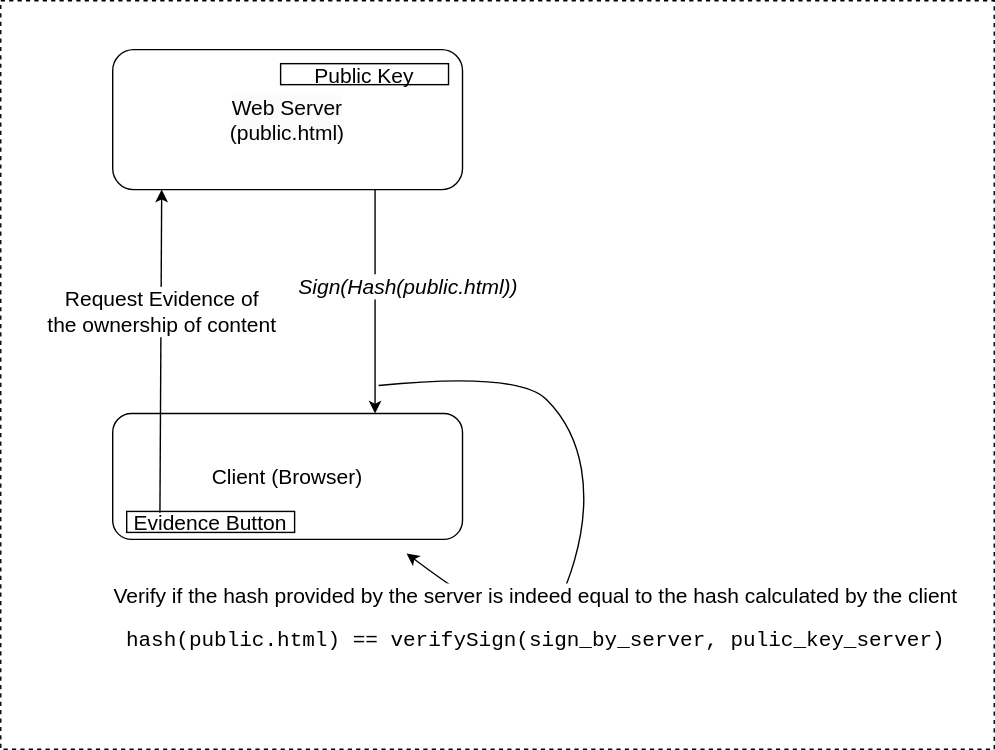
Above: flow.svg in Digitraws/Digital-Transformation-stack-for-evidence-generation (draw.io), before the change. Source tidied: cells renumbered, new cells last; positions are measured from the earlier drawing's top-left corner, leaving out a move shared by most shapes.
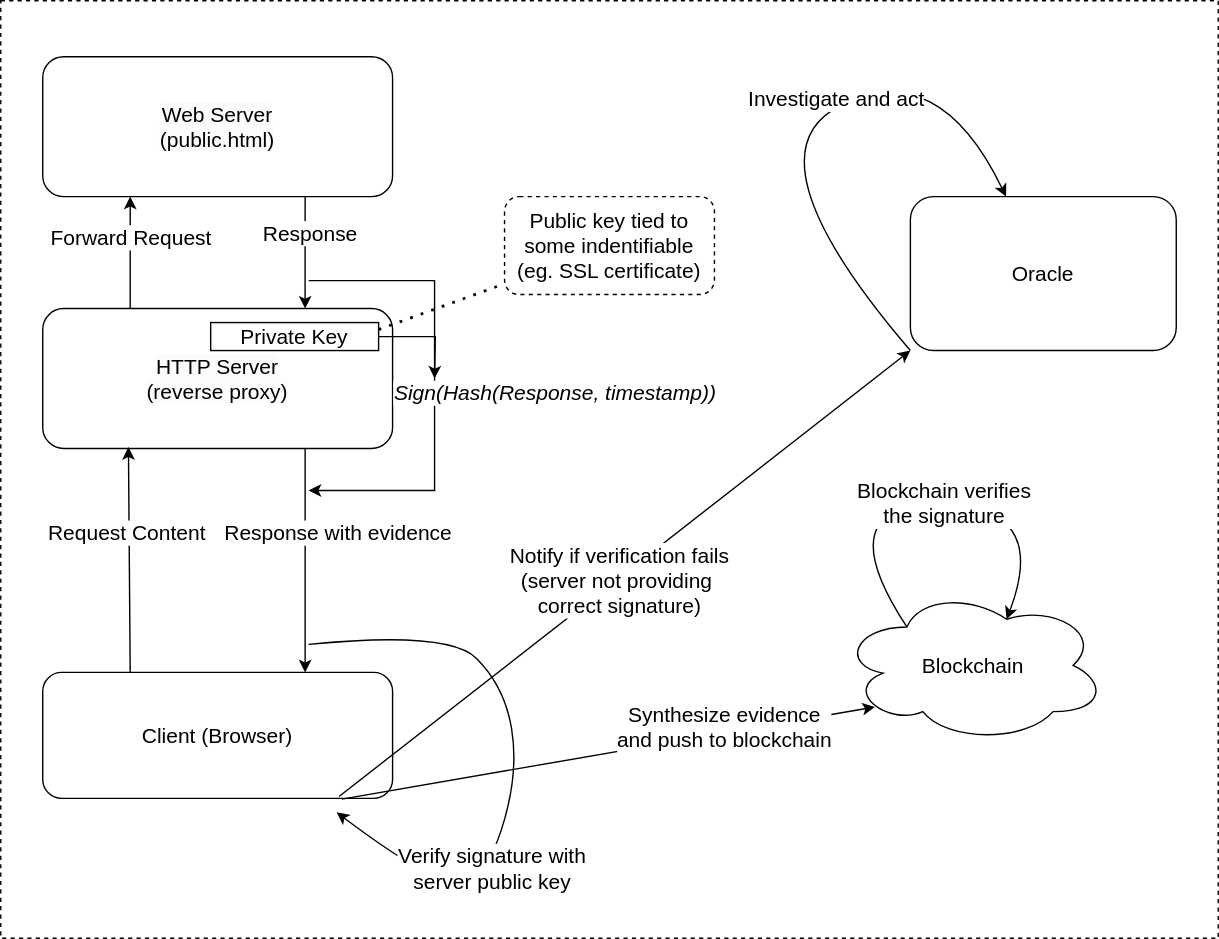
After the commit.

What changed in the source:
```diff
@@ -2,33 +2,40 @@
   <root>
     <mxCell id="0" />
     <mxCell id="1" parent="0" />
-    <mxCell id="2" style="rounded=0;whiteSpace=wrap;html=1;dashed=1;" parent="1" vertex="1">
-      <mxGeometry width="710" height="535" as="geometry" />
+    <mxCell id="2" style="rounded=0;whiteSpace=wrap;html=1;dashed=1;fontFamily=Helvetica;fontSize=15;verticalAlign=middle;" parent="1" vertex="1">
+      <mxGeometry x="50" y="-185" width="870" height="670" as="geometry" />
     </mxCell>
+    <mxCell id="13" style="edgeStyle=orthogonalEdgeStyle;rounded=0;jettySize=auto;html=1;exitX=0.25;exitY=0;exitDx=0;exitDy=0;entryX=0.25;entryY=1;entryDx=0;entryDy=0;fontFamily=Helvetica;fontSize=15;verticalAlign=middle;" parent="1" edge="1" source="3" target="19">
+      <mxGeometry relative="1" as="geometry" />
+    </mxCell>
+    <mxCell id="14" value="Forward Request" style="edgeLabel;html=1;align=center;verticalAlign=middle;fontFamily=Helvetica;fontSize=15;" parent="13" vertex="1">
+      <mxGeometry x="0.3" relative="1" as="geometry" />
+    </mxCell>
-    <mxCell id="3" value="&lt;span style=&quot;color: rgb(0, 0, 0); font-family: Helvetica; font-size: 15px; font-style: normal; font-variant-ligatures: normal; font-variant-caps: normal; font-weight: 400; letter-spacing: normal; orphans: 2; text-align: center; text-indent: 0px; text-transform: none; widows: 2; word-spacing: 0px; -webkit-text-stroke-width: 0px; background-color: rgb(251, 251, 251); text-decoration-thickness: initial; text-decoration-style: initial; text-decoration-color: initial; float: none; display: inline !important;&quot;&gt;Web Server&lt;/span&gt;&lt;br style=&quot;border-color: var(--border-color); color: rgb(0, 0, 0); font-family: Helvetica; font-size: 15px; font-style: normal; font-variant-ligatures: normal; font-variant-caps: normal; font-weight: 400; letter-spacing: normal; orphans: 2; text-align: center; text-indent: 0px; text-transform: none; widows: 2; word-spacing: 0px; -webkit-text-stroke-width: 0px; background-color: rgb(251, 251, 251); text-decoration-thickness: initial; text-decoration-style: initial; text-decoration-color: initial;&quot;&gt;&lt;span style=&quot;color: rgb(0, 0, 0); font-family: Helvetica; font-size: 15px; font-style: normal; font-variant-ligatures: normal; font-variant-caps: normal; font-weight: 400; letter-spacing: normal; orphans: 2; text-align: center; text-indent: 0px; text-transform: none; widows: 2; word-spacing: 0px; -webkit-text-stroke-width: 0px; background-color: rgb(251, 251, 251); text-decoration-thickness: initial; text-decoration-style: initial; text-decoration-color: initial; float: none; display: inline !important;&quot;&gt;(public.html)&lt;/span&gt;" style="rounded=1;whiteSpace=wrap;html=1;fontSize=15;" parent="1" vertex="1">
+    <mxCell id="3" value="&lt;span style=&quot;color: rgb(0, 0, 0); font-size: 15px; font-style: normal; font-variant-ligatures: normal; font-variant-caps: normal; font-weight: 400; letter-spacing: normal; orphans: 2; text-align: center; text-indent: 0px; text-transform: none; widows: 2; word-spacing: 0px; -webkit-text-stroke-width: 0px; background-color: rgb(251, 251, 251); text-decoration-thickness: initial; text-decoration-style: initial; text-decoration-color: initial; float: none; display: inline !important;&quot;&gt;HTTP Server&lt;/span&gt;&lt;br style=&quot;border-color: var(--border-color); color: rgb(0, 0, 0); font-size: 15px; font-style: normal; font-variant-ligatures: normal; font-variant-caps: normal; font-weight: 400; letter-spacing: normal; orphans: 2; text-align: center; text-indent: 0px; text-transform: none; widows: 2; word-spacing: 0px; -webkit-text-stroke-width: 0px; background-color: rgb(251, 251, 251); text-decoration-thickness: initial; text-decoration-style: initial; text-decoration-color: initial;&quot;&gt;&lt;span style=&quot;color: rgb(0, 0, 0); font-size: 15px; font-style: normal; font-variant-ligatures: normal; font-variant-caps: normal; font-weight: 400; letter-spacing: normal; orphans: 2; text-align: center; text-indent: 0px; text-transform: none; widows: 2; word-spacing: 0px; -webkit-text-stroke-width: 0px; background-color: rgb(251, 251, 251); text-decoration-thickness: initial; text-decoration-style: initial; text-decoration-color: initial; float: none; display: inline !important;&quot;&gt;(reverse proxy)&lt;/span&gt;" style="rounded=1;whiteSpace=wrap;html=1;fontSize=15;fontFamily=Helvetica;verticalAlign=middle;" parent="1" vertex="1">
       <mxGeometry x="80" y="35" width="250" height="100" as="geometry" />
     </mxCell>
-    <mxCell id="4" value="Client (Browser)&lt;br style=&quot;font-size: 15px;&quot;&gt;" style="rounded=1;whiteSpace=wrap;html=1;fontSize=15;" parent="1" vertex="1">
+    <mxCell id="4" value="Client (Browser)&lt;br style=&quot;font-size: 15px;&quot;&gt;" style="rounded=1;whiteSpace=wrap;html=1;fontSize=15;fontFamily=Helvetica;verticalAlign=middle;" parent="1" vertex="1">
       <mxGeometry x="80" y="295" width="250" height="90" as="geometry" />
     </mxCell>
-    <mxCell id="5" value="Evidence Button" style="rounded=0;whiteSpace=wrap;html=1;points=[[0,0,0,0,0],[0,0.25,0,0,0],[0,0.5,0,0,0],[0,0.75,0,0,0],[0,1,0,0,0],[0.25,0,0,0,0],[0.25,1,0,0,0],[0.5,0,0,0,0],[0.5,1,0,0,0],[0.75,0,0,0,0],[0.75,1,0,0,0],[1,0,0,0,0],[1,0.25,0,0,0],[1,0.5,0,0,0],[1,0.75,0,0,0],[1,1,0,0,0]];fontSize=15;" parent="1" vertex="1">
-      <mxGeometry x="90" y="365" width="120" height="15" as="geometry" />
-    </mxCell>
-    <mxCell id="6" style="endArrow=classic;html=1;rounded=0;exitX=0.198;exitY=0.067;exitDx=0;exitDy=0;exitPerimeter=0;fontSize=15;entryX=0.14;entryY=1;entryDx=0;entryDy=0;entryPerimeter=0;" parent="1" edge="1" source="5" target="3">
-      <mxGeometry relative="1" as="geometry" />
+    <mxCell id="6" style="endArrow=classic;html=1;rounded=0;fontSize=15;entryX=0.14;entryY=1;entryDx=0;entryDy=0;entryPerimeter=0;exitX=0.25;exitY=0;exitDx=0;exitDy=0;fontFamily=Helvetica;verticalAlign=middle;" parent="1" edge="1" source="4">
+      <mxGeometry relative="1" as="geometry">
+        <mxPoint x="141.2" y="134" as="targetPoint" />
+      </mxGeometry>
     </mxCell>
-    <mxCell id="7" value="Request Evidence of&lt;br style=&quot;font-size: 15px;&quot;&gt;the ownership of content" style="edgeLabel;html=1;align=center;verticalAlign=middle;fontSize=15;" parent="6" vertex="1">
-      <mxGeometry x="0.25" relative="1" as="geometry" />
+    <mxCell id="7" value="Request Content" style="edgeLabel;html=1;align=center;verticalAlign=middle;fontSize=15;fontFamily=Helvetica;" parent="6" vertex="1">
+      <mxGeometry x="0.25" relative="1" as="geometry">
+        <mxPoint x="-2" y="1" as="offset" />
+      </mxGeometry>
     </mxCell>
-    <mxCell id="8" style="endArrow=classic;html=1;rounded=0;exitX=0.75;exitY=1;exitDx=0;exitDy=0;entryX=0.75;entryY=0;entryDx=0;entryDy=0;fontSize=15;" parent="1" edge="1" source="3" target="4">
+    <mxCell id="8" style="endArrow=classic;html=1;rounded=0;exitX=0.75;exitY=1;exitDx=0;exitDy=0;entryX=0.75;entryY=0;entryDx=0;entryDy=0;fontSize=15;fontFamily=Helvetica;verticalAlign=middle;" parent="1" edge="1" source="3" target="4">
       <mxGeometry relative="1" as="geometry" />
     </mxCell>
-    <mxCell id="9" value="&lt;font style=&quot;font-size: 15px;&quot;&gt;&lt;i&gt;Sign(Hash(public.html))&lt;/i&gt;&lt;/font&gt;" style="edgeLabel;html=1;align=center;verticalAlign=middle;fontSize=15;" parent="8" vertex="1">
-      <mxGeometry x="-0.15" y="1" relative="1" as="geometry">
-        <mxPoint x="22" as="offset" />
-      </mxGeometry>
-    </mxCell>
+    <mxCell id="15" value="Response with evidence" style="edgeLabel;html=1;align=center;verticalAlign=middle;fontFamily=Helvetica;fontSize=15;" parent="8" vertex="1">
+      <mxGeometry x="-0.2" y="5" relative="1" as="geometry">
+        <mxPoint x="18" y="-4" as="offset" />
+      </mxGeometry>
+    </mxCell>
-    <mxCell id="10" style="curved=1;endArrow=classic;html=1;rounded=0;" parent="1" edge="1">
+    <mxCell id="10" style="curved=1;endArrow=classic;html=1;rounded=0;fontFamily=Helvetica;fontSize=15;verticalAlign=middle;" parent="1" edge="1">
       <mxGeometry relative="1" as="geometry">
         <mxPoint x="270" y="275" as="sourcePoint" />
         <mxPoint x="290" y="395" as="targetPoint" />
@@ -41,11 +48,99 @@
         </Array>
       </mxGeometry>
     </mxCell>
-    <mxCell id="11" value="&lt;font style=&quot;font-size: 15px;&quot;&gt;Verify if the hash provided by the server is indeed equal to&amp;nbsp;the hash calculated by the client&lt;br&gt;&lt;/font&gt;&lt;pre style=&quot;font-size: 15px;&quot;&gt;&lt;font style=&quot;font-size: 15px;&quot;&gt;hash(public.html) == verifySign(sign_by_server, pulic_key_server)&lt;/font&gt;&lt;/pre&gt;" style="edgeLabel;html=1;align=center;verticalAlign=middle;" parent="10" vertex="1">
-      <mxGeometry x="0.47" y="1" relative="1" as="geometry" />
+    <mxCell id="11" value="&lt;font style=&quot;font-size: 15px;&quot;&gt;Verify signature with&lt;br style=&quot;font-size: 15px;&quot;&gt;&amp;nbsp;server public key&amp;nbsp;&lt;br style=&quot;font-size: 15px;&quot;&gt;&lt;/font&gt;" style="edgeLabel;html=1;align=center;verticalAlign=middle;fontFamily=Helvetica;fontSize=15;" parent="10" vertex="1">
+      <mxGeometry x="0.47" y="1" relative="1" as="geometry">
+        <mxPoint x="19" y="-14" as="offset" />
+      </mxGeometry>
     </mxCell>
+    <mxCell id="16" style="edgeStyle=orthogonalEdgeStyle;rounded=0;jettySize=auto;html=1;fontSize=15;" parent="1" edge="1" source="12">
+      <mxGeometry relative="1" as="geometry">
+        <mxPoint x="360" y="85" as="targetPoint" />
+      </mxGeometry>
+    </mxCell>
-    <mxCell id="12" value="Public Key" style="rounded=0;whiteSpace=wrap;html=1;points=[[0,0,0,0,0],[0,0.25,0,0,0],[0,0.5,0,0,0],[0,0.75,0,0,0],[0,1,0,0,0],[0.25,0,0,0,0],[0.25,1,0,0,0],[0.5,0,0,0,0],[0.5,1,0,0,0],[0.75,0,0,0,0],[0.75,1,0,0,0],[1,0,0,0,0],[1,0.25,0,0,0],[1,0.5,0,0,0],[1,0.75,0,0,0],[1,1,0,0,0]];fontSize=15;" parent="1" vertex="1">
-      <mxGeometry x="200" y="45" width="120" height="15" as="geometry" />
+    <mxCell id="12" value="Private&amp;nbsp;Key" style="rounded=0;whiteSpace=wrap;html=1;points=[[0,0,0,0,0],[0,0.25,0,0,0],[0,0.5,0,0,0],[0,0.75,0,0,0],[0,1,0,0,0],[0.25,0,0,0,0],[0.25,1,0,0,0],[0.5,0,0,0,0],[0.5,1,0,0,0],[0.75,0,0,0,0],[0.75,1,0,0,0],[1,0,0,0,0],[1,0.25,0,0,0],[1,0.5,0,0,0],[1,0.75,0,0,0],[1,1,0,0,0]];fontSize=15;fontFamily=Helvetica;verticalAlign=middle;" parent="1" vertex="1">
+      <mxGeometry x="200" y="45" width="120" height="20" as="geometry" />
     </mxCell>
+    <mxCell id="17" style="edgeStyle=orthogonalEdgeStyle;rounded=0;jettySize=auto;html=1;exitX=0.75;exitY=1;exitDx=0;exitDy=0;entryX=0.75;entryY=0;entryDx=0;entryDy=0;fontFamily=Helvetica;fontSize=15;verticalAlign=middle;" parent="1" edge="1" source="19" target="3">
+      <mxGeometry relative="1" as="geometry">
+        <Array as="points">
+          <mxPoint x="268" y="15" />
+          <mxPoint x="268" y="15" />
+        </Array>
+      </mxGeometry>
+    </mxCell>
+    <mxCell id="18" value="Response" style="edgeLabel;html=1;align=center;verticalAlign=middle;fontFamily=Helvetica;fontSize=15;" parent="17" vertex="1">
+      <mxGeometry x="-0.35" y="3" relative="1" as="geometry" />
+    </mxCell>
+    <mxCell id="19" value="&lt;span style=&quot;color: rgb(0, 0, 0); font-size: 15px; font-style: normal; font-variant-ligatures: normal; font-variant-caps: normal; font-weight: 400; letter-spacing: normal; orphans: 2; text-align: center; text-indent: 0px; text-transform: none; widows: 2; word-spacing: 0px; -webkit-text-stroke-width: 0px; background-color: rgb(251, 251, 251); text-decoration-thickness: initial; text-decoration-style: initial; text-decoration-color: initial; float: none; display: inline !important;&quot;&gt;Web Server&lt;/span&gt;&lt;br style=&quot;border-color: var(--border-color); color: rgb(0, 0, 0); font-size: 15px; font-style: normal; font-variant-ligatures: normal; font-variant-caps: normal; font-weight: 400; letter-spacing: normal; orphans: 2; text-align: center; text-indent: 0px; text-transform: none; widows: 2; word-spacing: 0px; -webkit-text-stroke-width: 0px; background-color: rgb(251, 251, 251); text-decoration-thickness: initial; text-decoration-style: initial; text-decoration-color: initial;&quot;&gt;&lt;span style=&quot;color: rgb(0, 0, 0); font-size: 15px; font-style: normal; font-variant-ligatures: normal; font-variant-caps: normal; font-weight: 400; letter-spacing: normal; orphans: 2; text-align: center; text-indent: 0px; text-transform: none; widows: 2; word-spacing: 0px; -webkit-text-stroke-width: 0px; background-color: rgb(251, 251, 251); text-decoration-thickness: initial; text-decoration-style: initial; text-decoration-color: initial; float: none; display: inline !important;&quot;&gt;(public.html)&lt;/span&gt;" style="rounded=1;whiteSpace=wrap;html=1;fontSize=15;fontFamily=Helvetica;verticalAlign=middle;" parent="1" vertex="1">
+      <mxGeometry x="80" y="-145" width="250" height="100" as="geometry" />
+    </mxCell>
+    <mxCell id="20" style="endArrow=none;dashed=1;html=1;dashPattern=1 3;strokeWidth=2;rounded=0;exitX=1;exitY=0.25;exitDx=0;exitDy=0;exitPerimeter=0;fontFamily=Helvetica;fontSize=15;verticalAlign=middle;" parent="1" edge="1" source="12" target="21">
+      <mxGeometry relative="1" as="geometry" />
+    </mxCell>
+    <mxCell id="21" value="Public key tied to&lt;br style=&quot;border-color: var(--border-color); font-size: 15px;&quot;&gt;&lt;span style=&quot;font-size: 15px; background-color: rgb(255, 255, 255);&quot;&gt;some indentifiable&lt;/span&gt;&lt;br style=&quot;border-color: var(--border-color); font-size: 15px;&quot;&gt;(eg. SSL certificate)&lt;span style=&quot;font-size: 15px; background-color: rgb(255, 255, 255);&quot;&gt;&lt;br style=&quot;font-size: 15px;&quot;&gt;&lt;/span&gt;" style="rounded=1;whiteSpace=wrap;html=1;fontSize=15;dashed=1;fontFamily=Helvetica;verticalAlign=middle;" parent="1" vertex="1">
+      <mxGeometry x="410" y="-45" width="150" height="70" as="geometry" />
+    </mxCell>
+    <mxCell id="22" style="endArrow=classic;html=1;rounded=0;fontFamily=Helvetica;fontSize=15;verticalAlign=middle;" parent="1" edge="1">
+      <mxGeometry relative="1" as="geometry">
+        <mxPoint x="270" y="15" as="sourcePoint" />
+        <mxPoint x="270" y="165" as="targetPoint" />
+        <Array as="points">
+          <mxPoint x="360" y="15" />
+          <mxPoint x="360" y="165" />
+        </Array>
+      </mxGeometry>
+    </mxCell>
+    <mxCell id="23" value="&lt;i style=&quot;border-color: var(--border-color); font-size: 15px;&quot;&gt;Sign(Hash(Response, timestamp))&lt;/i&gt;" style="edgeLabel;html=1;align=center;verticalAlign=middle;fontFamily=Helvetica;fontSize=15;" parent="22" vertex="1">
+      <mxGeometry x="0.04" y="2" relative="1" as="geometry">
+        <mxPoint x="83" y="-2" as="offset" />
+      </mxGeometry>
+    </mxCell>
+    <mxCell id="24" value="&lt;font style=&quot;font-size: 15px;&quot;&gt;Blockchain&lt;/font&gt;" style="ellipse;shape=cloud;whiteSpace=wrap;html=1;fontSize=15;" parent="1" vertex="1">
+      <mxGeometry x="650" y="235" width="190" height="110" as="geometry" />
+    </mxCell>
+    <mxCell id="25" style="endArrow=classic;html=1;rounded=0;exitX=0.855;exitY=1.006;exitDx=0;exitDy=0;exitPerimeter=0;entryX=0.13;entryY=0.77;entryDx=0;entryDy=0;entryPerimeter=0;fontSize=15;" parent="1" edge="1" source="4" target="24">
+      <mxGeometry relative="1" as="geometry" />
+    </mxCell>
+    <mxCell id="26" value="&lt;font style=&quot;font-size: 15px;&quot;&gt;Synthesize evidence &lt;br style=&quot;font-size: 15px;&quot;&gt;and&amp;nbsp;push to blockchain&lt;/font&gt;" style="edgeLabel;html=1;align=center;verticalAlign=middle;fontSize=15;" parent="25" vertex="1">
+      <mxGeometry x="0.19" y="-1" relative="1" as="geometry">
+        <mxPoint x="46" y="-14" as="offset" />
+      </mxGeometry>
+    </mxCell>
+    <mxCell id="27" style="curved=1;endArrow=classic;html=1;rounded=0;exitX=0.25;exitY=0.25;exitDx=0;exitDy=0;exitPerimeter=0;entryX=0.625;entryY=0.2;entryDx=0;entryDy=0;entryPerimeter=0;fontSize=15;" parent="1" edge="1" source="24" target="24">
+      <mxGeometry relative="1" as="geometry">
+        <Array as="points">
+          <mxPoint x="640" y="175" />
+          <mxPoint x="800" y="175" />
+        </Array>
+      </mxGeometry>
+    </mxCell>
+    <mxCell id="28" value="&lt;font style=&quot;font-size: 15px;&quot;&gt;Blockchain verifies &lt;br style=&quot;font-size: 15px;&quot;&gt;the signature&lt;/font&gt;" style="edgeLabel;html=1;align=center;verticalAlign=middle;fontSize=15;" parent="27" vertex="1">
+      <mxGeometry x="0.08" y="2" relative="1" as="geometry">
+        <mxPoint x="-1" as="offset" />
+      </mxGeometry>
+    </mxCell>
+    <mxCell id="29" style="endArrow=classic;html=1;rounded=0;exitX=0.847;exitY=0.985;exitDx=0;exitDy=0;exitPerimeter=0;entryX=0;entryY=1;entryDx=0;entryDy=0;fontSize=15;" parent="1" edge="1" source="4" target="31">
+      <mxGeometry relative="1" as="geometry" />
+    </mxCell>
+    <mxCell id="30" value="&lt;font style=&quot;font-size: 15px;&quot;&gt;Notify&amp;nbsp;if verification fails&lt;br style=&quot;font-size: 15px;&quot;&gt;(server not providing&amp;nbsp;&lt;br style=&quot;font-size: 15px;&quot;&gt;correct signature)&lt;/font&gt;" style="edgeLabel;html=1;align=center;verticalAlign=middle;fontSize=15;" parent="29" vertex="1">
+      <mxGeometry x="-0.02" y="-1" relative="1" as="geometry" />
+    </mxCell>
+    <mxCell id="31" value="&lt;font style=&quot;font-size: 15px;&quot;&gt;Oracle&lt;/font&gt;" style="rounded=1;whiteSpace=wrap;html=1;fontSize=15;" parent="1" vertex="1">
+      <mxGeometry x="700" y="-45" width="190" height="110" as="geometry" />
+    </mxCell>
+    <mxCell id="32" style="curved=1;endArrow=classic;html=1;rounded=0;exitX=0;exitY=1;exitDx=0;exitDy=0;fontSize=15;" parent="1" edge="1" source="31" target="31">
+      <mxGeometry relative="1" as="geometry">
+        <Array as="points">
+          <mxPoint x="580" y="-75" />
+          <mxPoint x="720" y="-145" />
+        </Array>
+      </mxGeometry>
+    </mxCell>
+    <mxCell id="33" value="&lt;span style=&quot;font-size: 15px;&quot;&gt;Investigate and act&lt;/span&gt;" style="edgeLabel;html=1;align=center;verticalAlign=middle;fontSize=15;" parent="32" vertex="1">
+      <mxGeometry x="0.08" y="2" relative="1" as="geometry">
+        <mxPoint x="14" y="-12" as="offset" />
+      </mxGeometry>
+    </mxCell>
   </root>
 </mxGraphModel>
```
